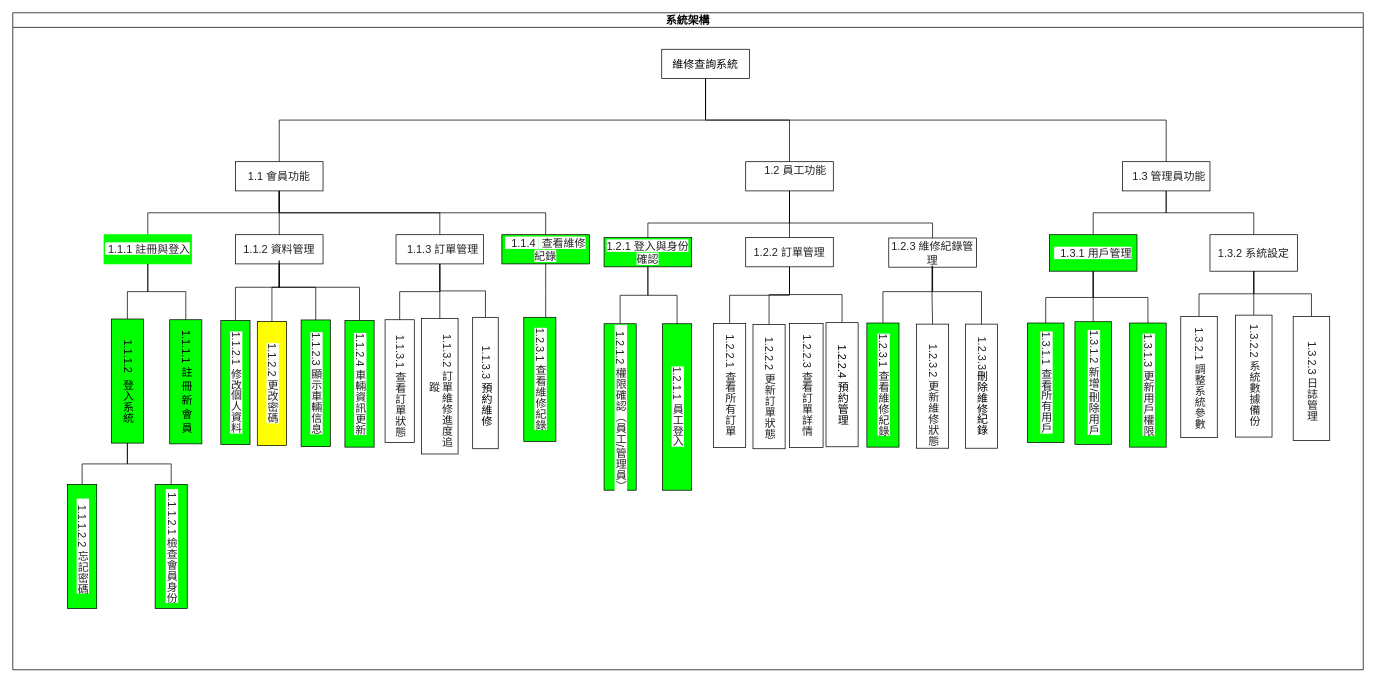
This is 維修查詢系統架構圖.drawio from hak99101314/Maintenance-inquiry-system, a draw.io file, before an edit. Source tidied: cells renumbered, new cells numbered last; positions are measured from the earlier drawing's top-left corner, leaving out a move shared by most shapes. Both pictures are drawn from the tidied source at 73%, with x=0, y=0 at pixel (12, 12).
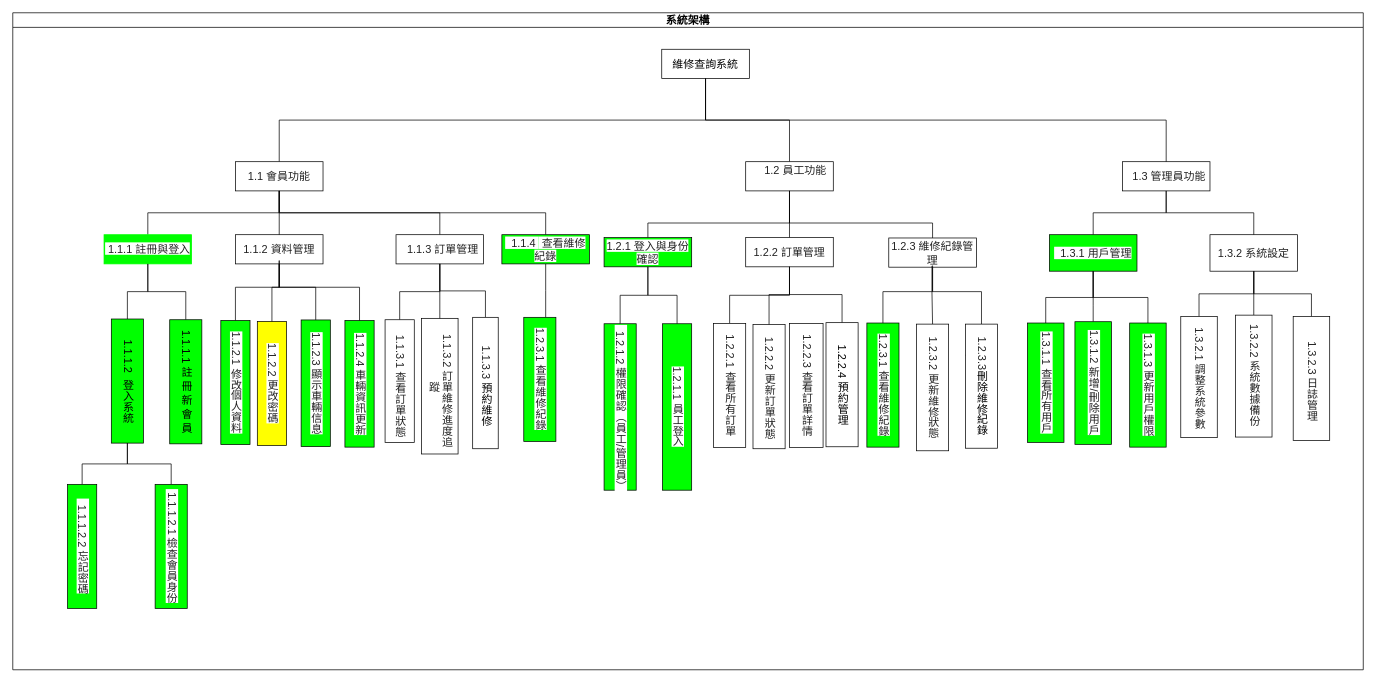
The same diagram, later.

Commit message:
更新維修查詢系統架構圖.drawio

Unchanged cells that the change refers to:
```xml
<mxCell id="2" value="系統架構" style="swimlane;startSize=20;horizontal=1;containerType=tree;textShadow=0;fontSize=15;" parent="1" vertex="1">
  <mxGeometry width="1850" height="900" as="geometry" />
</mxCell>
```

The edit, as a diff of the source:
```diff
@@
-    <mxCell id="45" value="&lt;span style=&quot;color: rgb(34, 34, 34); font-family: Arial, Helvetica, sans-serif; text-align: start; background-color: rgb(255, 255, 255);&quot;&gt;&amp;nbsp; &amp;nbsp; &amp;nbsp; 1.2.3.2 更新維修狀態&lt;/span&gt;" style="whiteSpace=wrap;html=1;newEdgeStyle={&quot;edgeStyle&quot;:&quot;elbowEdgeStyle&quot;,&quot;startArrow&quot;:&quot;none&quot;,&quot;endArrow&quot;:&quot;none&quot;};textDirection=vertical-rl;fontSize=15;" parent="2" vertex="1">
-      <mxGeometry x="1238" y="426.5" width="44" height="170" as="geometry" />
+    <mxCell id="45" value="&lt;span style=&quot;color: rgb(34, 34, 34); font-family: Arial, Helvetica, sans-serif; background-color: rgb(255, 255, 255);&quot;&gt;1.2.3.2 更新維修狀態&lt;/span&gt;" style="whiteSpace=wrap;html=1;newEdgeStyle={&quot;edgeStyle&quot;:&quot;elbowEdgeStyle&quot;,&quot;startArrow&quot;:&quot;none&quot;,&quot;endArrow&quot;:&quot;none&quot;};textDirection=vertical-lr;fontSize=15;align=center;verticalAlign=middle;" parent="2" vertex="1">
+      <mxGeometry x="1238" y="426.5" width="44" height="173.5" as="geometry" />
     </mxCell>
```
